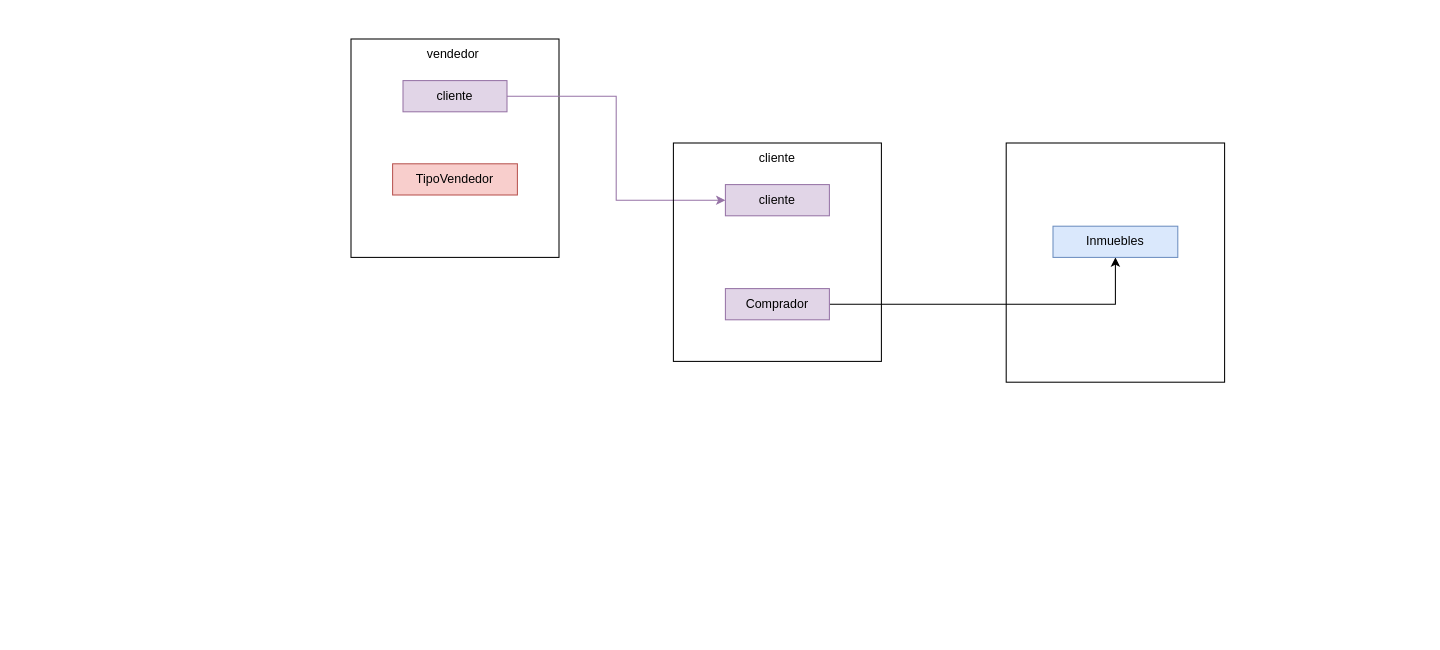
This is page "ContexMapping" (4 of 4) of CatalogoPropiedades_Diseño.drawio from M4rced/ExtraClassDOO, a draw.io file, before an edit. Source tidied: cells renumbered, new cells numbered last; positions are measured from the earlier drawing's top-left corner, leaving out a move shared by most shapes. Both pictures are drawn from the tidied source at 104%, with x=0, y=0 at pixel (350, 38).
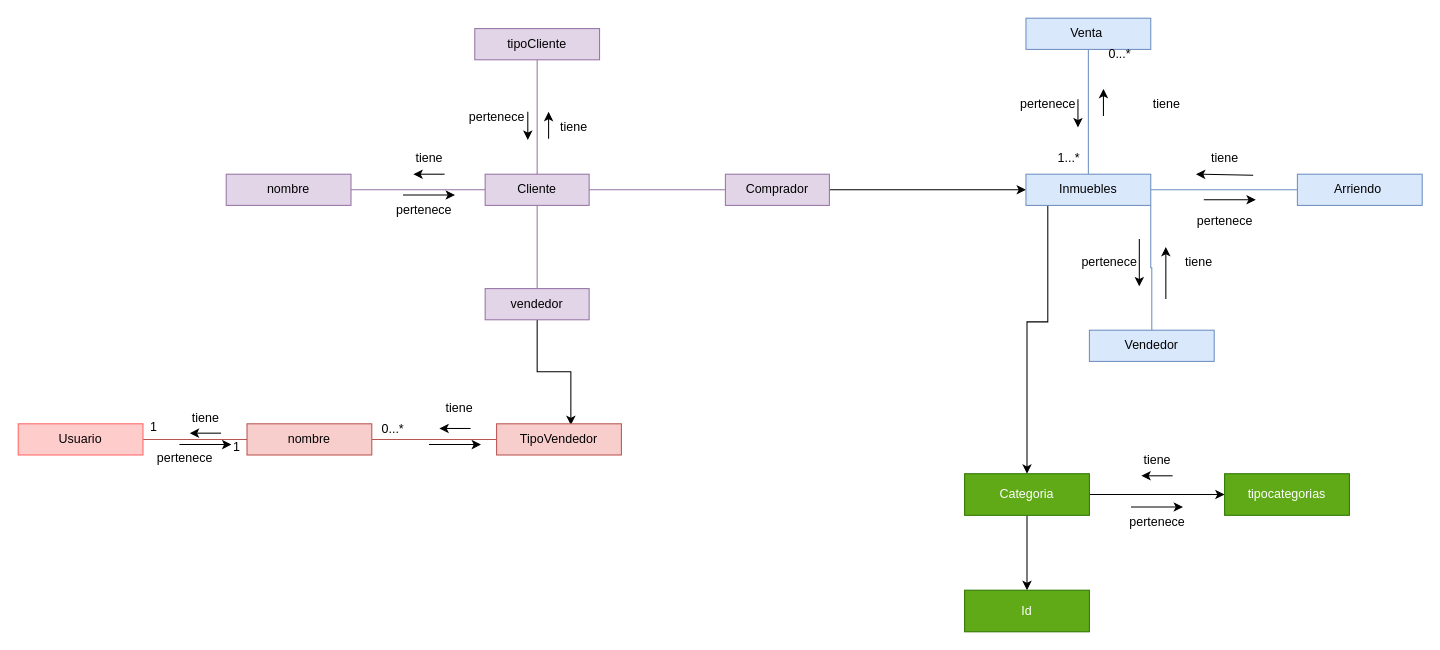
After the change.

Commit message:
Actualización ContextMapping  CatalogoPropiedades_Diseño.drawio

Diff of the diagram source:
```diff
@@
-    <mxCell id="2" style="rounded=0;whiteSpace=wrap;html=1;fillColor=none;" parent="1" vertex="1">
-      <mxGeometry width="200" height="210" as="geometry" />
-    </mxCell>
+    <mxCell id="14" style="edgeStyle=orthogonalEdgeStyle;rounded=0;jettySize=auto;html=1;endArrow=none;endFill=0;fillColor=#e1d5e7;strokeColor=#9673a6;" parent="1" edge="1" source="17">
+      <mxGeometry relative="1" as="geometry">
+        <mxPoint x="-11" y="145" as="targetPoint" />
+      </mxGeometry>
+    </mxCell>
+    <mxCell id="15" style="edgeStyle=orthogonalEdgeStyle;rounded=0;jettySize=auto;html=1;endArrow=none;endFill=0;fillColor=#e1d5e7;strokeColor=#9673a6;" parent="1" edge="1" source="17" target="3">
+      <mxGeometry relative="1" as="geometry" />
+    </mxCell>
+    <mxCell id="16" style="edgeStyle=orthogonalEdgeStyle;rounded=0;jettySize=auto;html=1;endArrow=none;endFill=0;fillColor=#e1d5e7;strokeColor=#9673a6;" parent="1" edge="1" source="17" target="11">
+      <mxGeometry relative="1" as="geometry" />
+    </mxCell>
+    <mxCell id="17" value="Cliente" style="rounded=0;whiteSpace=wrap;html=1;fillColor=#e1d5e7;strokeColor=#9673a6;" parent="1" vertex="1">
+      <mxGeometry x="129" y="130" width="100" height="30" as="geometry" />
+    </mxCell>
+    <mxCell id="18" value="nombre" style="rounded=0;whiteSpace=wrap;html=1;fillColor=#e1d5e7;strokeColor=#9673a6;" parent="1" vertex="1">
+      <mxGeometry x="-120" y="130" width="120" height="30" as="geometry" />
+    </mxCell>
+    <mxCell id="19" style="edgeStyle=orthogonalEdgeStyle;rounded=0;jettySize=auto;html=1;endArrow=none;endFill=0;entryX=0.5;entryY=0;entryDx=0;entryDy=0;fillColor=#e1d5e7;strokeColor=#9673a6;" parent="1" edge="1" source="20" target="17">
+      <mxGeometry relative="1" as="geometry" />
+    </mxCell>
+    <mxCell id="20" value="tipoCliente&lt;br&gt;" style="rounded=0;whiteSpace=wrap;html=1;fillColor=#e1d5e7;strokeColor=#9673a6;" parent="1" vertex="1">
+      <mxGeometry x="119" y="-10" width="120" height="30" as="geometry" />
+    </mxCell>
+    <mxCell id="21" style="edgeStyle=orthogonalEdgeStyle;rounded=0;jettySize=auto;html=1;entryX=0.595;entryY=0.04;entryDx=0;entryDy=0;entryPerimeter=0;" parent="1" edge="1" source="3" target="4">
+      <mxGeometry relative="1" as="geometry" />
+    </mxCell>
-    <mxCell id="3" value="vendedor&amp;nbsp;" style="text;html=1;strokeColor=none;fillColor=none;align=center;verticalAlign=middle;whiteSpace=wrap;rounded=0;" parent="1" vertex="1">
-      <mxGeometry x="70" width="60" height="30" as="geometry" />
+    <mxCell id="3" value="vendedor" style="rounded=0;whiteSpace=wrap;html=1;fillColor=#e1d5e7;strokeColor=#9673a6;" parent="1" vertex="1">
+      <mxGeometry x="129" y="240" width="100" height="30" as="geometry" />
     </mxCell>
-    <mxCell id="4" value="TipoVendedor" style="rounded=0;whiteSpace=wrap;html=1;fillColor=#f8cecc;strokeColor=#b85450;" parent="1" vertex="1">
-      <mxGeometry x="40" y="120" width="120" height="30" as="geometry" />
-    </mxCell>
-    <mxCell id="5" style="edgeStyle=orthogonalEdgeStyle;rounded=0;jettySize=auto;html=1;exitX=1;exitY=0.5;exitDx=0;exitDy=0;entryX=0;entryY=0.5;entryDx=0;entryDy=0;fillColor=#e1d5e7;strokeColor=#9673a6;" parent="1" edge="1" source="6" target="8">
-      <mxGeometry relative="1" as="geometry" />
-    </mxCell>
-    <mxCell id="6" value="cliente" style="rounded=0;whiteSpace=wrap;html=1;fillColor=#e1d5e7;strokeColor=#9673a6;" parent="1" vertex="1">
-      <mxGeometry x="50" y="40" width="100" height="30" as="geometry" />
-    </mxCell>
-    <mxCell id="7" style="rounded=0;whiteSpace=wrap;html=1;fillColor=none;" parent="1" vertex="1">
-      <mxGeometry x="310" y="100" width="200" height="210" as="geometry" />
-    </mxCell>
-    <mxCell id="8" value="cliente" style="rounded=0;whiteSpace=wrap;html=1;fillColor=#e1d5e7;strokeColor=#9673a6;" parent="1" vertex="1">
-      <mxGeometry x="360" y="140" width="100" height="30" as="geometry" />
-    </mxCell>
-    <mxCell id="9" value="cliente" style="text;html=1;strokeColor=none;fillColor=none;align=center;verticalAlign=middle;whiteSpace=wrap;rounded=0;" parent="1" vertex="1">
-      <mxGeometry x="380" y="100" width="60" height="30" as="geometry" />
-    </mxCell>
@@
     <mxCell id="11" value="Comprador" style="rounded=0;whiteSpace=wrap;html=1;fillColor=#e1d5e7;strokeColor=#9673a6;" parent="1" vertex="1">
-      <mxGeometry x="360" y="240" width="100" height="30" as="geometry" />
+      <mxGeometry x="360" y="130" width="100" height="30" as="geometry" />
     </mxCell>
-    <mxCell id="12" style="rounded=0;whiteSpace=wrap;html=1;fillColor=none;" parent="1" vertex="1">
-      <mxGeometry x="630" y="100" width="210" height="230" as="geometry" />
-    </mxCell>
+    <mxCell id="22" style="edgeStyle=orthogonalEdgeStyle;rounded=0;jettySize=auto;html=1;endArrow=none;endFill=0;fillColor=#dae8fc;strokeColor=#6c8ebf;" parent="1" edge="1" source="13" target="27">
+      <mxGeometry relative="1" as="geometry" />
+    </mxCell>
+    <mxCell id="23" style="edgeStyle=orthogonalEdgeStyle;rounded=0;jettySize=auto;html=1;endArrow=none;endFill=0;fillColor=#dae8fc;strokeColor=#6c8ebf;exitX=1;exitY=1;exitDx=0;exitDy=0;" parent="1" edge="1" source="13" target="35">
+      <mxGeometry relative="1" as="geometry" />
+    </mxCell>
+    <mxCell id="24" style="edgeStyle=orthogonalEdgeStyle;rounded=0;jettySize=auto;html=1;exitX=1;exitY=0.5;exitDx=0;exitDy=0;entryX=0;entryY=0.5;entryDx=0;entryDy=0;endArrow=none;endFill=0;fillColor=#dae8fc;strokeColor=#6c8ebf;" parent="1" edge="1" source="13" target="26">
+      <mxGeometry relative="1" as="geometry" />
+    </mxCell>
+    <mxCell id="25" style="edgeStyle=orthogonalEdgeStyle;rounded=0;jettySize=auto;html=1;" parent="1" edge="1" source="13" target="67">
+      <mxGeometry relative="1" as="geometry">
+        <Array as="points">
+          <mxPoint x="670" y="272" />
+          <mxPoint x="650" y="272" />
+        </Array>
+      </mxGeometry>
+    </mxCell>
     <mxCell id="13" value="Inmuebles" style="rounded=0;whiteSpace=wrap;html=1;fillColor=#dae8fc;strokeColor=#6c8ebf;" parent="1" vertex="1">
-      <mxGeometry x="675" y="180" width="120" height="30" as="geometry" />
+      <mxGeometry x="649" y="130" width="120" height="30" as="geometry" />
     </mxCell>
+    <mxCell id="26" value="Arriendo&amp;nbsp;" style="rounded=0;whiteSpace=wrap;html=1;fillColor=#dae8fc;strokeColor=#6c8ebf;" parent="1" vertex="1">
+      <mxGeometry x="910" y="130" width="120" height="30" as="geometry" />
+    </mxCell>
+    <mxCell id="27" value="Venta&amp;nbsp;" style="rounded=0;whiteSpace=wrap;html=1;fillColor=#dae8fc;strokeColor=#6c8ebf;" parent="1" vertex="1">
+      <mxGeometry x="649" y="-20" width="120" height="30" as="geometry" />
+    </mxCell>
+    <mxCell id="28" value="pertenece" style="text;html=1;align=center;verticalAlign=middle;strokeColor=none;fillColor=none;" parent="1" vertex="1">
+      <mxGeometry x="630" y="48" width="80" height="30" as="geometry" />
+    </mxCell>
+    <mxCell id="29" style="endArrow=classic;html=1;rounded=0;" parent="1" edge="1">
+      <mxGeometry relative="1" as="geometry">
+        <mxPoint x="699" y="58" as="sourcePoint" />
+        <mxPoint x="699" y="85" as="targetPoint" />
+      </mxGeometry>
+    </mxCell>
+    <mxCell id="30" style="endArrow=classic;html=1;rounded=0;" parent="1" edge="1">
+      <mxGeometry relative="1" as="geometry">
+        <mxPoint x="723.5" y="74" as="sourcePoint" />
+        <mxPoint x="723.5" y="48" as="targetPoint" />
+      </mxGeometry>
+    </mxCell>
+    <mxCell id="31" value="0...*" style="text;html=1;align=center;verticalAlign=middle;strokeColor=none;fillColor=none;" parent="1" vertex="1">
+      <mxGeometry x="719" width="40" height="30" as="geometry" />
+    </mxCell>
+    <mxCell id="32" value="1...*" style="text;html=1;align=center;verticalAlign=middle;strokeColor=none;fillColor=none;" parent="1" vertex="1">
+      <mxGeometry x="670" y="100" width="40" height="30" as="geometry" />
+    </mxCell>
+    <mxCell id="33" value="pertenece" style="text;html=1;align=center;verticalAlign=middle;strokeColor=none;fillColor=none;" parent="1" vertex="1">
+      <mxGeometry x="800" y="160" width="80" height="30" as="geometry" />
+    </mxCell>
+    <mxCell id="34" style="endArrow=classic;html=1;rounded=0;" parent="1" edge="1">
+      <mxGeometry relative="1" as="geometry">
+        <mxPoint x="758" y="192.2" as="sourcePoint" />
+        <mxPoint x="758" y="237.8" as="targetPoint" />
+      </mxGeometry>
+    </mxCell>
+    <mxCell id="35" value="Vendedor" style="rounded=0;whiteSpace=wrap;html=1;fillColor=#dae8fc;strokeColor=#6c8ebf;" parent="1" vertex="1">
+      <mxGeometry x="710" y="280" width="120" height="30" as="geometry" />
+    </mxCell>
+    <mxCell id="36" value="pertenece" style="text;html=1;align=center;verticalAlign=middle;strokeColor=none;fillColor=none;" parent="1" vertex="1">
+      <mxGeometry x="689" y="200" width="80" height="30" as="geometry" />
+    </mxCell>
+    <mxCell id="37" value="tiene" style="text;html=1;align=center;verticalAlign=middle;strokeColor=none;fillColor=none;" parent="1" vertex="1">
+      <mxGeometry x="790" y="200" width="50" height="30" as="geometry" />
+    </mxCell>
+    <mxCell id="38" style="endArrow=classic;html=1;rounded=0;" parent="1" edge="1">
+      <mxGeometry relative="1" as="geometry">
+        <mxPoint x="783.5" y="250" as="sourcePoint" />
+        <mxPoint x="783.5" y="200" as="targetPoint" />
+      </mxGeometry>
+    </mxCell>
+    <mxCell id="39" style="edgeStyle=orthogonalEdgeStyle;rounded=0;jettySize=auto;html=1;endArrow=none;endFill=0;fillColor=#f8cecc;strokeColor=#b85450;" parent="1" edge="1" source="4" target="47">
+      <mxGeometry relative="1" as="geometry" />
+    </mxCell>
+    <mxCell id="4" value="TipoVendedor" style="rounded=0;whiteSpace=wrap;html=1;fillColor=#f8cecc;strokeColor=#b85450;" parent="1" vertex="1">
+      <mxGeometry x="140" y="370" width="120" height="30" as="geometry" />
+    </mxCell>
+    <mxCell id="40" value="pertenece" style="text;html=1;align=center;verticalAlign=middle;strokeColor=none;fillColor=none;" parent="1" vertex="1">
+      <mxGeometry x="30" y="150" width="80" height="30" as="geometry" />
+    </mxCell>
+    <mxCell id="41" value="tiene" style="text;html=1;align=center;verticalAlign=middle;strokeColor=none;fillColor=none;" parent="1" vertex="1">
+      <mxGeometry x="50" y="100" width="50" height="30" as="geometry" />
+    </mxCell>
+    <mxCell id="42" style="endArrow=classic;html=1;rounded=0;" parent="1" edge="1">
+      <mxGeometry relative="1" as="geometry">
+        <mxPoint x="50" y="150" as="sourcePoint" />
+        <mxPoint x="100" y="150" as="targetPoint" />
+      </mxGeometry>
+    </mxCell>
+    <mxCell id="43" style="endArrow=classic;html=1;rounded=0;" parent="1" edge="1">
+      <mxGeometry relative="1" as="geometry">
+        <mxPoint x="90" y="130" as="sourcePoint" />
+        <mxPoint x="60" y="130" as="targetPoint" />
+      </mxGeometry>
+    </mxCell>
+    <mxCell id="44" value="pertenece" style="text;html=1;align=center;verticalAlign=middle;strokeColor=none;fillColor=none;" parent="1" vertex="1">
+      <mxGeometry x="100" y="60" width="80" height="30" as="geometry" />
+    </mxCell>
+    <mxCell id="45" style="endArrow=classic;html=1;rounded=0;" parent="1" edge="1">
+      <mxGeometry relative="1" as="geometry">
+        <mxPoint x="170" y="70" as="sourcePoint" />
+        <mxPoint x="170" y="97" as="targetPoint" />
+      </mxGeometry>
+    </mxCell>
+    <mxCell id="46" style="edgeStyle=orthogonalEdgeStyle;rounded=0;jettySize=auto;html=1;endArrow=none;endFill=0;fillColor=#f8cecc;strokeColor=#b85450;" parent="1" edge="1" source="47">
+      <mxGeometry relative="1" as="geometry">
+        <mxPoint x="-200" y="385" as="targetPoint" />
+      </mxGeometry>
+    </mxCell>
+    <mxCell id="47" value="nombre" style="rounded=0;whiteSpace=wrap;html=1;fillColor=#f8cecc;strokeColor=#b85450;" parent="1" vertex="1">
+      <mxGeometry x="-100" y="370" width="120" height="30" as="geometry" />
+    </mxCell>
+    <mxCell id="48" value="pertenece" style="text;html=1;align=center;verticalAlign=middle;strokeColor=none;fillColor=none;" parent="1" vertex="1">
+      <mxGeometry x="735" y="450" width="80" height="30" as="geometry" />
+    </mxCell>
+    <mxCell id="49" style="endArrow=classic;html=1;rounded=0;" parent="1" edge="1">
+      <mxGeometry relative="1" as="geometry">
+        <mxPoint x="75" y="390" as="sourcePoint" />
+        <mxPoint x="125" y="390" as="targetPoint" />
+      </mxGeometry>
+    </mxCell>
+    <mxCell id="50" value="tiene" style="text;html=1;align=center;verticalAlign=middle;strokeColor=none;fillColor=none;" parent="1" vertex="1">
+      <mxGeometry x="79" y="340" width="50" height="30" as="geometry" />
+    </mxCell>
+    <mxCell id="51" style="endArrow=classic;html=1;rounded=0;" parent="1" edge="1">
+      <mxGeometry relative="1" as="geometry">
+        <mxPoint x="115" y="374.5" as="sourcePoint" />
+        <mxPoint x="85" y="374.5" as="targetPoint" />
+      </mxGeometry>
+    </mxCell>
+    <mxCell id="52" value="0...*" style="text;html=1;align=center;verticalAlign=middle;strokeColor=none;fillColor=none;" parent="1" vertex="1">
+      <mxGeometry x="20" y="360" width="40" height="30" as="geometry" />
+    </mxCell>
+    <mxCell id="53" value="tiene" style="text;html=1;align=center;verticalAlign=middle;strokeColor=none;fillColor=none;" parent="1" vertex="1">
+      <mxGeometry x="759" y="48" width="50" height="30" as="geometry" />
+    </mxCell>
+    <mxCell id="54" value="tiene" style="text;html=1;align=center;verticalAlign=middle;strokeColor=none;fillColor=none;" parent="1" vertex="1">
+      <mxGeometry x="815" y="100" width="50" height="30" as="geometry" />
+    </mxCell>
+    <mxCell id="55" style="endArrow=classic;html=1;rounded=0;" parent="1" edge="1">
+      <mxGeometry relative="1" as="geometry">
+        <mxPoint x="820" y="154.5" as="sourcePoint" />
+        <mxPoint x="870" y="154.5" as="targetPoint" />
+      </mxGeometry>
+    </mxCell>
+    <mxCell id="56" style="endArrow=classic;html=1;rounded=0;" parent="1" edge="1">
+      <mxGeometry relative="1" as="geometry">
+        <mxPoint x="867.5" y="131" as="sourcePoint" />
+        <mxPoint x="812.5" y="130" as="targetPoint" />
+      </mxGeometry>
+    </mxCell>
+    <mxCell id="57" value="tiene" style="text;html=1;align=center;verticalAlign=middle;strokeColor=none;fillColor=none;" parent="1" vertex="1">
+      <mxGeometry x="189" y="70" width="50" height="30" as="geometry" />
+    </mxCell>
+    <mxCell id="58" style="endArrow=classic;html=1;rounded=0;" parent="1" edge="1">
+      <mxGeometry relative="1" as="geometry">
+        <mxPoint x="190" y="96" as="sourcePoint" />
+        <mxPoint x="190" y="70" as="targetPoint" />
+      </mxGeometry>
+    </mxCell>
+    <mxCell id="59" value="pertenece" style="text;html=1;align=center;verticalAlign=middle;strokeColor=none;fillColor=none;" parent="1" vertex="1">
+      <mxGeometry x="-200" y="388" width="80" height="30" as="geometry" />
+    </mxCell>
+    <mxCell id="60" style="endArrow=classic;html=1;rounded=0;" parent="1" edge="1">
+      <mxGeometry relative="1" as="geometry">
+        <mxPoint x="-165" y="390" as="sourcePoint" />
+        <mxPoint x="-115" y="390" as="targetPoint" />
+      </mxGeometry>
+    </mxCell>
+    <mxCell id="61" value="tiene" style="text;html=1;align=center;verticalAlign=middle;strokeColor=none;fillColor=none;" parent="1" vertex="1">
+      <mxGeometry x="-165" y="350" width="50" height="30" as="geometry" />
+    </mxCell>
+    <mxCell id="62" style="endArrow=classic;html=1;rounded=0;" parent="1" edge="1">
+      <mxGeometry relative="1" as="geometry">
+        <mxPoint x="-125" y="379" as="sourcePoint" />
+        <mxPoint x="-155" y="379" as="targetPoint" />
+      </mxGeometry>
+    </mxCell>
+    <mxCell id="63" value="1" style="text;html=1;align=center;verticalAlign=middle;strokeColor=none;fillColor=none;" parent="1" vertex="1">
+      <mxGeometry x="-205" y="358" width="30" height="30" as="geometry" />
+    </mxCell>
+    <mxCell id="64" value="1" style="text;html=1;align=center;verticalAlign=middle;strokeColor=none;fillColor=none;" parent="1" vertex="1">
+      <mxGeometry x="-125" y="378" width="30" height="30" as="geometry" />
+    </mxCell>
+    <mxCell id="65" style="edgeStyle=orthogonalEdgeStyle;rounded=0;jettySize=auto;html=1;" parent="1" edge="1" source="67" target="68">
+      <mxGeometry relative="1" as="geometry" />
+    </mxCell>
+    <mxCell id="66" style="edgeStyle=orthogonalEdgeStyle;rounded=0;jettySize=auto;html=1;" parent="1" edge="1" source="67" target="72">
+      <mxGeometry relative="1" as="geometry" />
+    </mxCell>
+    <mxCell id="67" value="Categoria" style="whiteSpace=wrap;html=1;fillColor=#60a917;fontColor=#ffffff;strokeColor=#2D7600;" parent="1" vertex="1">
+      <mxGeometry x="590" y="418" width="120" height="40" as="geometry" />
+    </mxCell>
+    <mxCell id="68" value="tipocategorias" style="whiteSpace=wrap;html=1;fillColor=#60a917;fontColor=#ffffff;strokeColor=#2D7600;" parent="1" vertex="1">
+      <mxGeometry x="840" y="418" width="120" height="40" as="geometry" />
+    </mxCell>
+    <mxCell id="69" style="endArrow=classic;html=1;rounded=0;" parent="1" edge="1">
+      <mxGeometry relative="1" as="geometry">
+        <mxPoint x="750" y="450" as="sourcePoint" />
+        <mxPoint x="800" y="450" as="targetPoint" />
+      </mxGeometry>
+    </mxCell>
+    <mxCell id="70" value="tiene" style="text;html=1;align=center;verticalAlign=middle;strokeColor=none;fillColor=none;" parent="1" vertex="1">
+      <mxGeometry x="750" y="390" width="50" height="30" as="geometry" />
+    </mxCell>
+    <mxCell id="71" style="endArrow=classic;html=1;rounded=0;" parent="1" edge="1">
+      <mxGeometry relative="1" as="geometry">
+        <mxPoint x="790" y="420" as="sourcePoint" />
+        <mxPoint x="760" y="420" as="targetPoint" />
+      </mxGeometry>
+    </mxCell>
+    <mxCell id="72" value="Id" style="whiteSpace=wrap;html=1;fillColor=#60a917;fontColor=#ffffff;strokeColor=#2D7600;" parent="1" vertex="1">
+      <mxGeometry x="590" y="530" width="120" height="40" as="geometry" />
+    </mxCell>
+    <mxCell id="73" value="Usuario" style="rounded=0;whiteSpace=wrap;html=1;strokeColor=#FF6666;fillColor=#FFCCCC;" parent="1" vertex="1">
+      <mxGeometry x="-320" y="370" width="120" height="30" as="geometry" />
+    </mxCell>
```
